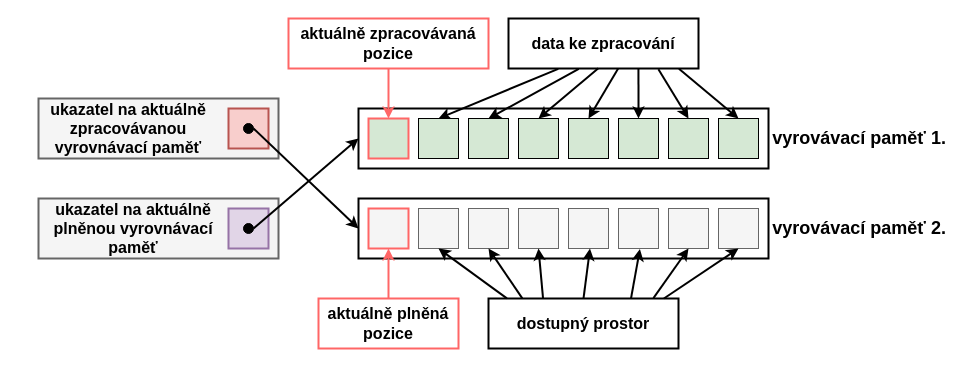
The draw.io diagram diagrams/multiple_buffering/multiple_buffering-2.drawio in Doly02/thesis, before the edit. Source tidied: cells renumbered, new cells numbered last; positions are measured from the earlier drawing's top-left corner, leaving out a move shared by most shapes. Both pictures are drawn from the tidied source at 100%, with x=0, y=0 at pixel (38, 18).
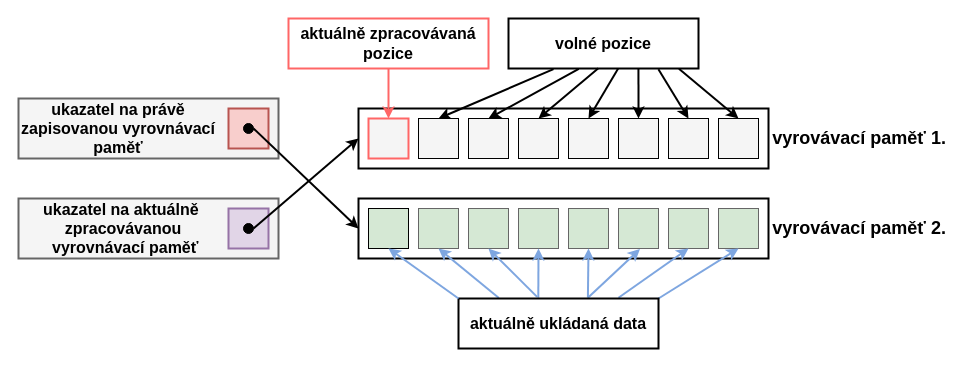
The same diagram, later.

What changed in the source:
```diff
@@
-    <mxCell id="3" style="rounded=0;whiteSpace=wrap;html=1;fillColor=#f5f5f5;strokeColor=#666666;fontColor=#333333;" parent="1" vertex="1">
+    <mxCell id="3" style="rounded=0;whiteSpace=wrap;html=1;fillColor=#D5E8D4;strokeColor=#666666;fontColor=#333333;" parent="1" vertex="1">
       <mxGeometry x="530" y="190" width="40" height="40" as="geometry" />
     </mxCell>
@@
-    <mxCell id="5" style="rounded=0;whiteSpace=wrap;html=1;fillColor=#d5e8d4;strokeColor=#000000;" parent="1" vertex="1">
+    <mxCell id="5" style="rounded=0;whiteSpace=wrap;html=1;fillColor=#F5F5F5;strokeColor=#000000;" parent="1" vertex="1">
       <mxGeometry x="680" y="100" width="40" height="40" as="geometry" />
     </mxCell>
-    <mxCell id="6" style="rounded=0;whiteSpace=wrap;html=1;fillColor=#d5e8d4;strokeColor=#000000;" parent="1" vertex="1">
+    <mxCell id="6" style="rounded=0;whiteSpace=wrap;html=1;fillColor=#F5F5F5;strokeColor=#000000;" parent="1" vertex="1">
       <mxGeometry x="580" y="100" width="40" height="40" as="geometry" />
     </mxCell>
-    <mxCell id="7" style="rounded=0;whiteSpace=wrap;html=1;fillColor=#d5e8d4;strokeColor=#000000;" parent="1" vertex="1">
+    <mxCell id="7" style="rounded=0;whiteSpace=wrap;html=1;fillColor=#F5F5F5;strokeColor=#000000;" parent="1" vertex="1">
       <mxGeometry x="630" y="100" width="40" height="40" as="geometry" />
     </mxCell>
-    <mxCell id="8" style="rounded=0;whiteSpace=wrap;html=1;fillColor=#d5e8d4;strokeColor=#000000;" parent="1" vertex="1">
+    <mxCell id="8" style="rounded=0;whiteSpace=wrap;html=1;fillColor=#F5F5F5;strokeColor=#000000;" parent="1" vertex="1">
       <mxGeometry x="480" y="100" width="40" height="40" as="geometry" />
     </mxCell>
-    <mxCell id="9" style="rounded=0;whiteSpace=wrap;html=1;fillColor=#d5e8d4;strokeColor=#000000;" parent="1" vertex="1">
+    <mxCell id="9" style="rounded=0;whiteSpace=wrap;html=1;fillColor=#F5F5F5;strokeColor=#000000;" parent="1" vertex="1">
       <mxGeometry x="530" y="100" width="40" height="40" as="geometry" />
     </mxCell>
@@
-    <mxCell id="11" style="endArrow=classic;html=1;rounded=0;entryX=0.5;entryY=0;entryDx=0;entryDy=0;fillColor=#dae8fc;strokeColor=#000000;exitX=0.262;exitY=1.007;exitDx=0;exitDy=0;exitPerimeter=0;strokeWidth=2;" parent="1" edge="1" source="16" target="50">
+    <mxCell id="11" style="endArrow=classic;html=1;rounded=0;entryX=0.5;entryY=0;entryDx=0;entryDy=0;fillColor=#dae8fc;strokeColor=#000000;exitX=0.237;exitY=1.012;exitDx=0;exitDy=0;exitPerimeter=0;strokeWidth=2;" parent="1" edge="1" source="16" target="50">
       <mxGeometry relative="1" as="geometry" />
     </mxCell>
@@
-    <mxCell id="16" value="&lt;b&gt;&lt;font style=&quot;font-size: 16px;&quot;&gt;data ke zpracování&lt;/font&gt;&lt;/b&gt;" style="rounded=0;whiteSpace=wrap;html=1;strokeColor=#000000;strokeWidth=2;" parent="1" vertex="1">
+    <mxCell id="16" value="&lt;b&gt;&lt;font style=&quot;font-size: 16px;&quot;&gt;volné pozice&lt;/font&gt;&lt;/b&gt;" style="rounded=0;whiteSpace=wrap;html=1;strokeColor=#000000;strokeWidth=2;" parent="1" vertex="1">
       <mxGeometry x="470" width="190" height="50" as="geometry" />
     </mxCell>
     <mxCell id="17" style="rounded=0;whiteSpace=wrap;html=1;fillColor=#f5f5f5;fontColor=#333333;strokeColor=#666666;strokeWidth=2;" parent="1" vertex="1">
-      <mxGeometry y="180" width="240" height="60" as="geometry" />
+      <mxGeometry x="-20" y="180" width="260" height="60" as="geometry" />
     </mxCell>
-    <mxCell id="18" value="&lt;b&gt;&lt;font style=&quot;font-size: 16px;&quot;&gt;ukazatel na aktuálně plněnou vyrovnávací paměť&lt;/font&gt;&lt;/b&gt;" style="text;html=1;align=center;verticalAlign=middle;whiteSpace=wrap;rounded=0;" parent="1" vertex="1">
-      <mxGeometry y="180" width="190" height="60" as="geometry" />
+    <mxCell id="18" value="&lt;b&gt;&lt;font style=&quot;font-size: 16px;&quot;&gt;ukazatel na aktuálně&amp;nbsp;&lt;/font&gt;&lt;/b&gt;&lt;div&gt;&lt;b&gt;&lt;font style=&quot;font-size: 16px;&quot;&gt;zpracovávanou&lt;/font&gt;&lt;/b&gt;&lt;div&gt;&lt;b&gt;&lt;font style=&quot;font-size: 16px;&quot;&gt;&amp;nbsp;vyrovnávací paměť&lt;/font&gt;&lt;/b&gt;&lt;/div&gt;&lt;/div&gt;" style="text;html=1;align=center;verticalAlign=middle;whiteSpace=wrap;rounded=0;" parent="1" vertex="1">
+      <mxGeometry x="-20" y="180" width="210" height="60" as="geometry" />
     </mxCell>
@@
     <mxCell id="22" style="rounded=0;whiteSpace=wrap;html=1;fillColor=#f5f5f5;fontColor=#333333;strokeColor=#666666;strokeWidth=2;" parent="1" vertex="1">
-      <mxGeometry y="80" width="240" height="60" as="geometry" />
+      <mxGeometry x="-20" y="80" width="260" height="60" as="geometry" />
     </mxCell>
-    <mxCell id="23" value="&lt;b&gt;&lt;font style=&quot;font-size: 16px;&quot;&gt;ukazatel na aktuálně zpracovávanou vyrovnávací paměť&lt;/font&gt;&lt;/b&gt;" style="text;html=1;align=center;verticalAlign=middle;whiteSpace=wrap;rounded=0;" parent="1" vertex="1">
-      <mxGeometry y="80" width="180" height="60" as="geometry" />
+    <mxCell id="23" value="&lt;b style=&quot;font-size: 16px;&quot;&gt;ukazatel na právě zapisovanou&amp;nbsp;vyrovnávací paměť&lt;/b&gt;" style="text;html=1;align=center;verticalAlign=middle;whiteSpace=wrap;rounded=0;" parent="1" vertex="1">
+      <mxGeometry x="-20" y="80" width="200" height="60" as="geometry" />
     </mxCell>
@@
-    <mxCell id="27" style="rounded=0;whiteSpace=wrap;html=1;fillColor=#f5f5f5;strokeColor=#666666;fontColor=#333333;" parent="1" vertex="1">
+    <mxCell id="27" style="rounded=0;whiteSpace=wrap;html=1;fillColor=#D5E8D4;strokeColor=#666666;fontColor=#333333;" parent="1" vertex="1">
       <mxGeometry x="580" y="190" width="40" height="40" as="geometry" />
     </mxCell>
-    <mxCell id="28" style="rounded=0;whiteSpace=wrap;html=1;fillColor=#f5f5f5;strokeColor=#666666;fontColor=#333333;" parent="1" vertex="1">
+    <mxCell id="28" style="rounded=0;whiteSpace=wrap;html=1;fillColor=#D5E8D4;strokeColor=#666666;fontColor=#333333;" parent="1" vertex="1">
       <mxGeometry x="630" y="190" width="40" height="40" as="geometry" />
     </mxCell>
-    <mxCell id="29" style="rounded=0;whiteSpace=wrap;html=1;fillColor=#f5f5f5;strokeColor=#666666;fontColor=#333333;" parent="1" vertex="1">
+    <mxCell id="29" style="rounded=0;whiteSpace=wrap;html=1;fillColor=#D5E8D4;strokeColor=#666666;fontColor=#333333;" parent="1" vertex="1">
       <mxGeometry x="680" y="190" width="40" height="40" as="geometry" />
     </mxCell>
-    <mxCell id="30" style="endArrow=classic;html=1;rounded=0;entryX=0.5;entryY=1;entryDx=0;entryDy=0;fillColor=#f8cecc;strokeColor=#FF6666;exitX=0.5;exitY=0;exitDx=0;exitDy=0;strokeWidth=2;" parent="1" edge="1" source="41">
-      <mxGeometry relative="1" as="geometry">
-        <mxPoint x="350" y="230" as="targetPoint" />
-      </mxGeometry>
-    </mxCell>
-    <mxCell id="31" style="rounded=0;whiteSpace=wrap;html=1;strokeWidth=2;" parent="1" vertex="1">
-      <mxGeometry x="450" y="280" width="190" height="50" as="geometry" />
-    </mxCell>
-    <mxCell id="32" value="&lt;b&gt;&lt;font style=&quot;font-size: 16px;&quot;&gt;dostupný prostor&lt;/font&gt;&lt;/b&gt;" style="text;html=1;align=center;verticalAlign=middle;whiteSpace=wrap;rounded=0;strokeWidth=1;" parent="1" vertex="1">
-      <mxGeometry x="450" y="280" width="190" height="50" as="geometry" />
-    </mxCell>
-    <mxCell id="33" style="endArrow=classic;html=1;rounded=0;entryX=0.536;entryY=1.013;entryDx=0;entryDy=0;entryPerimeter=0;exitX=0.75;exitY=0;exitDx=0;exitDy=0;strokeWidth=2;" parent="1" edge="1" source="32" target="27">
+    <mxCell id="33" style="endArrow=classic;html=1;rounded=0;entryX=0.536;entryY=1.013;entryDx=0;entryDy=0;entryPerimeter=0;exitX=0.647;exitY=-0.014;exitDx=0;exitDy=0;strokeWidth=2;exitPerimeter=0;strokeColor=#7EA6E0;" parent="1" edge="1" source="56" target="27">
       <mxGeometry relative="1" as="geometry" />
     </mxCell>
-    <mxCell id="34" style="endArrow=classic;html=1;rounded=0;entryX=0.5;entryY=1;entryDx=0;entryDy=0;exitX=0.868;exitY=-0.007;exitDx=0;exitDy=0;exitPerimeter=0;strokeWidth=2;" parent="1" edge="1" source="32" target="28">
+    <mxCell id="34" style="endArrow=classic;html=1;rounded=0;entryX=0.5;entryY=1;entryDx=0;entryDy=0;exitX=0.8;exitY=-0.015;exitDx=0;exitDy=0;exitPerimeter=0;strokeWidth=2;strokeColor=#7EA6E0;" parent="1" edge="1" source="56" target="28">
       <mxGeometry relative="1" as="geometry" />
     </mxCell>
-    <mxCell id="35" style="endArrow=classic;html=1;rounded=0;exitX=0.923;exitY=0;exitDx=0;exitDy=0;exitPerimeter=0;entryX=0.5;entryY=1;entryDx=0;entryDy=0;strokeWidth=2;" parent="1" edge="1" source="32" target="29">
+    <mxCell id="35" style="endArrow=classic;html=1;rounded=0;exitX=1;exitY=0;exitDx=0;exitDy=0;entryX=0.5;entryY=1;entryDx=0;entryDy=0;strokeWidth=2;strokeColor=#7EA6E0;" parent="1" edge="1" source="56" target="29">
       <mxGeometry relative="1" as="geometry" />
     </mxCell>
-    <mxCell id="36" style="rounded=0;whiteSpace=wrap;html=1;fillColor=#f5f5f5;strokeColor=#FF6666;fontColor=#333333;strokeWidth=2;" parent="1" vertex="1">
+    <mxCell id="36" style="rounded=0;whiteSpace=wrap;html=1;fillColor=#D5E8D4;strokeColor=#000000;fontColor=#333333;strokeWidth=1;" parent="1" vertex="1">
       <mxGeometry x="330" y="190" width="40" height="40" as="geometry" />
     </mxCell>
-    <mxCell id="37" style="rounded=0;whiteSpace=wrap;html=1;fillColor=#f5f5f5;strokeColor=#666666;fontColor=#333333;" parent="1" vertex="1">
+    <mxCell id="37" style="rounded=0;whiteSpace=wrap;html=1;fillColor=#D5E8D4;strokeColor=#666666;fontColor=#333333;" parent="1" vertex="1">
       <mxGeometry x="480" y="190" width="40" height="40" as="geometry" />
     </mxCell>
-    <mxCell id="38" style="rounded=0;whiteSpace=wrap;html=1;fillColor=#f5f5f5;strokeColor=#666666;fontColor=#333333;" parent="1" vertex="1">
+    <mxCell id="38" style="rounded=0;whiteSpace=wrap;html=1;fillColor=#D5E8D4;strokeColor=#666666;fontColor=#333333;" parent="1" vertex="1">
       <mxGeometry x="430" y="190" width="40" height="40" as="geometry" />
     </mxCell>
-    <mxCell id="39" style="rounded=0;whiteSpace=wrap;html=1;fillColor=#f5f5f5;strokeColor=#666666;fontColor=#333333;" parent="1" vertex="1">
+    <mxCell id="39" style="rounded=0;whiteSpace=wrap;html=1;fillColor=#D5E8D4;strokeColor=#666666;fontColor=#333333;" parent="1" vertex="1">
       <mxGeometry x="380" y="190" width="40" height="40" as="geometry" />
     </mxCell>
-    <mxCell id="40" style="rounded=0;whiteSpace=wrap;html=1;strokeColor=#FF6666;strokeWidth=2;" parent="1" vertex="1">
-      <mxGeometry x="280" y="280" width="140" height="50" as="geometry" />
-    </mxCell>
-    <mxCell id="41" value="&lt;b&gt;&lt;font style=&quot;font-size: 16px;&quot;&gt;aktuálně plněná&lt;/font&gt;&lt;/b&gt;&lt;div&gt;&lt;b&gt;&lt;font style=&quot;font-size: 16px;&quot;&gt;pozice&lt;/font&gt;&lt;/b&gt;&lt;/div&gt;" style="text;html=1;align=center;verticalAlign=middle;whiteSpace=wrap;rounded=0;strokeWidth=2;strokeColor=none;" parent="1" vertex="1">
-      <mxGeometry x="280" y="280" width="140" height="50" as="geometry" />
-    </mxCell>
-    <mxCell id="42" style="endArrow=classic;html=1;rounded=0;entryX=0.5;entryY=1;entryDx=0;entryDy=0;exitX=0.097;exitY=-0.002;exitDx=0;exitDy=0;exitPerimeter=0;strokeWidth=2;" parent="1" edge="1" source="32" target="39">
+    <mxCell id="42" style="endArrow=classic;html=1;rounded=0;entryX=0.5;entryY=1;entryDx=0;entryDy=0;exitX=0.202;exitY=-0.009;exitDx=0;exitDy=0;exitPerimeter=0;strokeWidth=2;strokeColor=#7EA6E0;" parent="1" edge="1" source="56" target="39">
       <mxGeometry relative="1" as="geometry" />
     </mxCell>
-    <mxCell id="43" style="endArrow=classic;html=1;rounded=0;entryX=0.5;entryY=1;entryDx=0;entryDy=0;exitX=0.178;exitY=-0.003;exitDx=0;exitDy=0;exitPerimeter=0;strokeWidth=2;" parent="1" edge="1" source="32" target="38">
+    <mxCell id="43" style="endArrow=classic;html=1;rounded=0;entryX=0.5;entryY=1;entryDx=0;entryDy=0;exitX=0.393;exitY=-0.032;exitDx=0;exitDy=0;exitPerimeter=0;strokeWidth=2;strokeColor=#7EA6E0;" parent="1" edge="1" source="55" target="38">
       <mxGeometry relative="1" as="geometry" />
     </mxCell>
-    <mxCell id="44" style="endArrow=classic;html=1;rounded=0;entryX=0.5;entryY=1;entryDx=0;entryDy=0;exitX=0.287;exitY=-0.007;exitDx=0;exitDy=0;exitPerimeter=0;strokeWidth=2;" parent="1" edge="1" source="32" target="37">
+    <mxCell id="44" style="endArrow=classic;html=1;rounded=0;entryX=0.5;entryY=1;entryDx=0;entryDy=0;exitX=0.399;exitY=-0.014;exitDx=0;exitDy=0;exitPerimeter=0;strokeWidth=2;strokeColor=#7EA6E0;" parent="1" edge="1" source="56" target="37">
       <mxGeometry relative="1" as="geometry" />
     </mxCell>
-    <mxCell id="45" style="endArrow=classic;html=1;rounded=0;entryX=0.536;entryY=1.013;entryDx=0;entryDy=0;entryPerimeter=0;exitX=0.5;exitY=0;exitDx=0;exitDy=0;strokeWidth=2;" parent="1" edge="1" source="32">
-      <mxGeometry relative="1" as="geometry">
-        <mxPoint x="551.5" y="230" as="targetPoint" />
-      </mxGeometry>
+    <mxCell id="45" style="endArrow=classic;html=1;rounded=0;entryX=0.5;entryY=1;entryDx=0;entryDy=0;exitX=0.647;exitY=-0.02;exitDx=0;exitDy=0;strokeWidth=2;exitPerimeter=0;strokeColor=#7EA6E0;" parent="1" edge="1" source="56" target="3">
+      <mxGeometry relative="1" as="geometry" />
     </mxCell>
@@
-    <mxCell id="48" style="rounded=0;whiteSpace=wrap;html=1;fillColor=#d5e8d4;strokeColor=#FF6666;strokeWidth=2;" parent="1" vertex="1">
+    <mxCell id="48" style="rounded=0;whiteSpace=wrap;html=1;fillColor=#F5F5F5;strokeColor=#FF6666;strokeWidth=2;" parent="1" vertex="1">
       <mxGeometry x="330" y="100" width="40" height="40" as="geometry" />
     </mxCell>
-    <mxCell id="49" style="rounded=0;whiteSpace=wrap;html=1;fillColor=#d5e8d4;strokeColor=#000000;" parent="1" vertex="1">
+    <mxCell id="49" style="rounded=0;whiteSpace=wrap;html=1;fillColor=#F5F5F5;strokeColor=#000000;" parent="1" vertex="1">
       <mxGeometry x="430" y="100" width="40" height="40" as="geometry" />
     </mxCell>
-    <mxCell id="50" style="rounded=0;whiteSpace=wrap;html=1;fillColor=#d5e8d4;strokeColor=#000000;" parent="1" vertex="1">
+    <mxCell id="50" style="rounded=0;whiteSpace=wrap;html=1;fillColor=#F5F5F5;strokeColor=#000000;" parent="1" vertex="1">
       <mxGeometry x="380" y="100" width="40" height="40" as="geometry" />
     </mxCell>
@@
+    <mxCell id="55" style="rounded=0;whiteSpace=wrap;html=1;strokeWidth=2;" parent="1" vertex="1">
+      <mxGeometry x="420" y="280" width="200" height="50" as="geometry" />
+    </mxCell>
+    <mxCell id="56" value="&lt;font style=&quot;font-size: 16px;&quot;&gt;&lt;b style=&quot;font-size: 12px;&quot;&gt;&lt;font style=&quot;font-size: 16px;&quot;&gt;aktuálně&lt;/font&gt;&lt;/b&gt;&lt;b&gt;&amp;nbsp;ukládaná data&lt;/b&gt;&lt;/font&gt;" style="text;html=1;align=center;verticalAlign=middle;whiteSpace=wrap;rounded=0;strokeWidth=2;" parent="1" vertex="1">
+      <mxGeometry x="420" y="280" width="200" height="50" as="geometry" />
+    </mxCell>
+    <mxCell id="57" style="endArrow=classic;html=1;rounded=0;entryX=0.5;entryY=1;entryDx=0;entryDy=0;exitX=0;exitY=0;exitDx=0;exitDy=0;strokeWidth=2;strokeColor=#7EA6E0;" parent="1" edge="1" source="56" target="36">
+      <mxGeometry relative="1" as="geometry" />
+    </mxCell>
```
